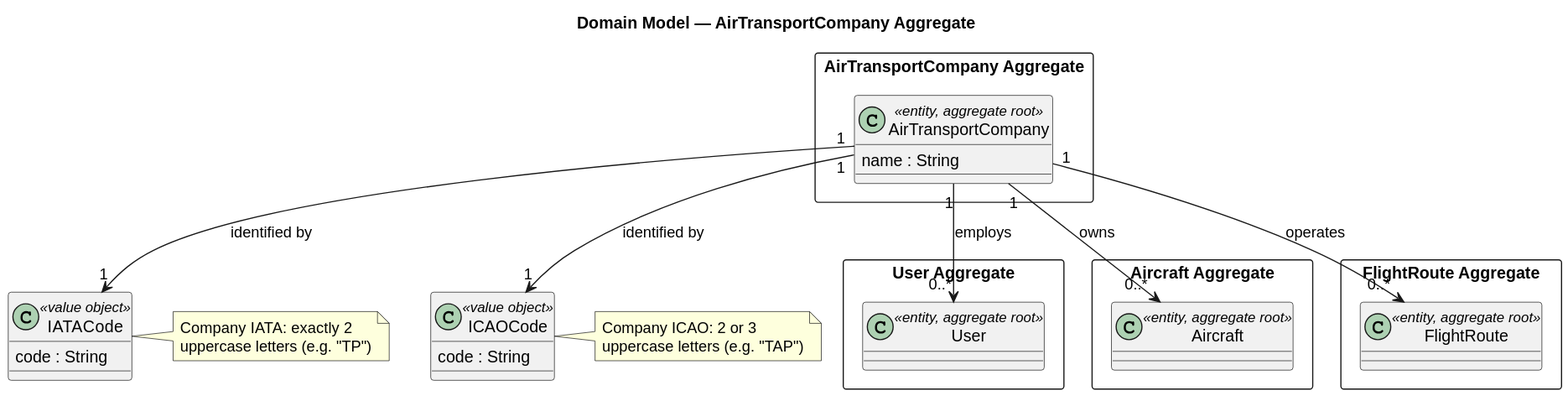
brunodspinto/aisafe keeps this PlantUML diagram as aisafe.base/docs/user-stories/us060/svg/US060-domain-model.svg. Above is the earlier version.
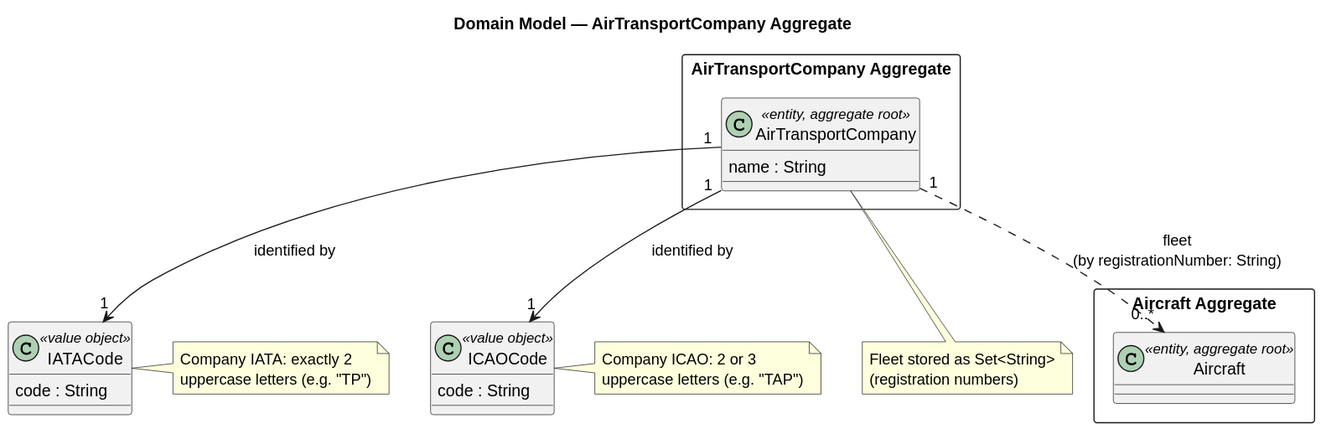
After the change.

Commit message:
#30 US060 - refactor: update AirTransportCompany model to include fleet as Set<String> and enhance class diagram

Change to the diagram source:
```diff
@@ -29,22 +29,17 @@
   uppercase letters (e.g. "TAP")
 end note
 
-package "User Aggregate" <<Rectangle>> {
-    class User <<entity, aggregate root>>
-}
-
 package "Aircraft Aggregate" <<Rectangle>> {
     class Aircraft <<entity, aggregate root>>
-}
-
-package "FlightRoute Aggregate" <<Rectangle>> {
-    class FlightRoute <<entity, aggregate root>>
 }
 
 AirTransportCompany "1" --> "1" IATACode : "identified by"
 AirTransportCompany "1" --> "1" ICAOCode : "identified by"
 
-AirTransportCompany "1" --> "0..*" User : "employs"
-AirTransportCompany "1" --> "0..*" Aircraft : "owns"
-AirTransportCompany "1" --> "0..*" FlightRoute : "operates"
+AirTransportCompany "1" ..> "0..*" Aircraft : "fleet\n(by registrationNumber: String)"
+
+note bottom of AirTransportCompany
+  Fleet stored as Set<String>
+  (registration numbers)
+end note
 @enduml
```
